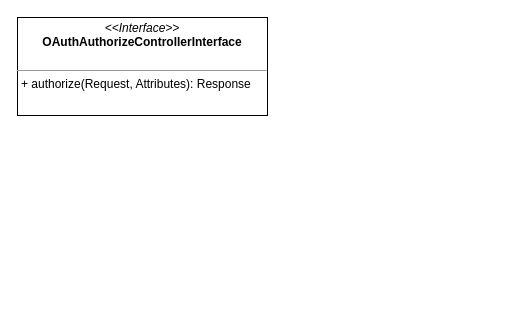
The draw.io diagram oauth.drawio in andrzej-pakula/oauth-api-connector-bundle, before the edit. Source tidied: cells renumbered, new cells numbered last; positions are measured from the earlier drawing's top-left corner, leaving out a move shared by most shapes. Both pictures are drawn from the tidied source at 100%, with x=0, y=0 at pixel (17, 17).
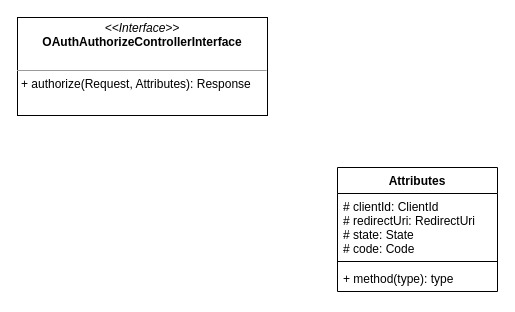
The same diagram, later.

The edit, as a diff of the source:
```diff
@@
 <mxGraphModel>
   <root>
     <mxCell id="0" />
     <mxCell id="1" parent="0" />
     <mxCell id="2" value="&lt;p style=&quot;margin: 0px ; margin-top: 4px ; text-align: center&quot;&gt;&lt;i&gt;&amp;lt;&amp;lt;Interface&amp;gt;&amp;gt;&lt;/i&gt;&lt;br&gt;&lt;b&gt;OAuthAuthorizeControllerInterface&lt;/b&gt;&lt;br&gt;&lt;/p&gt;&lt;p style=&quot;margin: 0px ; margin-left: 4px&quot;&gt;&lt;br&gt;&lt;/p&gt;&lt;hr size=&quot;1&quot;&gt;&lt;p style=&quot;margin: 0px ; margin-left: 4px&quot;&gt;+ authorize(Request, Attributes): Response&lt;br&gt;&lt;br&gt;&lt;/p&gt;" style="verticalAlign=top;align=left;overflow=fill;fontSize=12;fontFamily=Helvetica;html=1;" parent="1" vertex="1">
       <mxGeometry width="250" height="98" as="geometry" />
     </mxCell>
+    <mxCell id="3" value="Attributes" style="swimlane;fontStyle=1;align=center;verticalAlign=top;horizontal=1;startSize=26;" parent="1" vertex="1">
+      <mxGeometry x="320" y="150" width="160" height="124" as="geometry" />
+    </mxCell>
+    <mxCell id="4" value="# clientId: ClientId&#10;# redirectUri: RedirectUri&#10;# state: State&#10;# code: Code" style="text;strokeColor=none;fillColor=none;align=left;verticalAlign=top;spacingLeft=4;spacingRight=4;overflow=hidden;" parent="3" vertex="1">
+      <mxGeometry y="26" width="160" height="64" as="geometry" />
+    </mxCell>
+    <mxCell id="5" style="line;strokeWidth=1;fillColor=none;align=left;verticalAlign=middle;spacingTop=-1;spacingLeft=3;spacingRight=3;labelPosition=right;" parent="3" vertex="1">
+      <mxGeometry y="90" width="160" height="8" as="geometry" />
+    </mxCell>
+    <mxCell id="6" value="+ method(type): type" style="text;strokeColor=none;fillColor=none;align=left;verticalAlign=top;spacingLeft=4;spacingRight=4;overflow=hidden;" parent="3" vertex="1">
+      <mxGeometry y="98" width="160" height="26" as="geometry" />
+    </mxCell>
   </root>
 </mxGraphModel>
```
